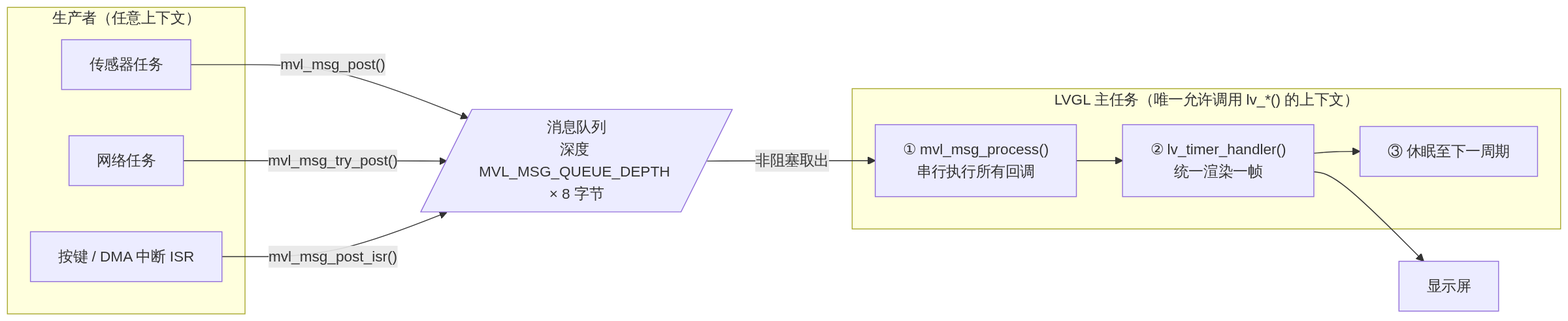
smallerxuan/mvl keeps this Mermaid diagram as docs/assets/design_03.png. Above is the earlier version. Its source is kept beside it as docs/assets/design_03.mmd. Source of this version:
```mermaid
flowchart LR
    subgraph P["生产者（任意上下文）"]
        A["传感器任务"]
        B["网络任务"]
        C["按键 / DMA 中断 ISR"]
    end
    Q[/"消息队列<br>深度 MVL_MSG_QUEUE_DEPTH × 8 字节"/]
    subgraph G["LVGL 主任务（唯一允许调用 lv_*() 的上下文）"]
        S1["① mvl_msg_process()<br>串行执行所有回调"] --> S2["② lv_timer_handler()<br>统一渲染一帧"] --> S3["③ 休眠至下一周期"]
    end
    A -->|"mvl_msg_post()"| Q
    B -->|"mvl_msg_try_post()"| Q
    C -->|"mvl_msg_post_isr()"| Q
    Q -->|"非阻塞取出"| S1
    S2 --> SCR["显示屏"]
```
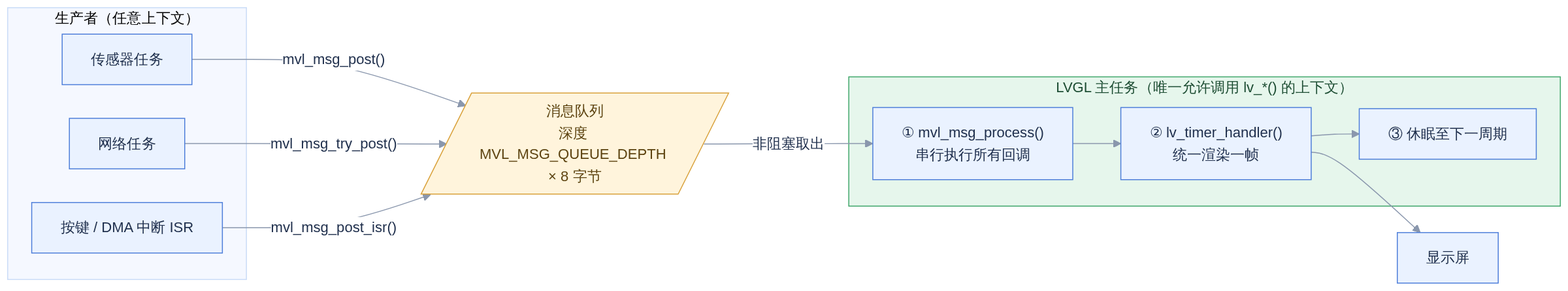
Later version of the same file.

What changed in the source:
```diff
@@ -1,3 +1,4 @@
+%%{init: {"theme":"base","flowchart":{"curve":"basis","nodeSpacing":35,"rankSpacing":50},"themeVariables":{"fontSize":"15px","primaryColor":"#EAF2FF","primaryBorderColor":"#4C7DD9","primaryTextColor":"#20304D","lineColor":"#8A97AD","clusterBkg":"#F5F8FF","clusterBorder":"#C9DBF7","edgeLabelBackground":"#FFFFFF"}}}%%
 flowchart LR
     subgraph P["生产者（任意上下文）"]
         A["传感器任务"]
@@ -13,3 +14,10 @@
     C -->|"mvl_msg_post_isr()"| Q
     Q -->|"非阻塞取出"| S1
     S2 --> SCR["显示屏"]
+
+    classDef lvgl fill:#E6F6EC,stroke:#3FA66A,color:#1D4D33;
+    classDef store fill:#FFF4DC,stroke:#D9A13B,color:#5C4310;
+    classDef bus fill:#EFE8FF,stroke:#7A5CD6,color:#3D2E73;
+    classDef danger fill:#FDE8E8,stroke:#D64545,color:#7A1F1F;
+    class Q store;
+    class G lvgl;
```
